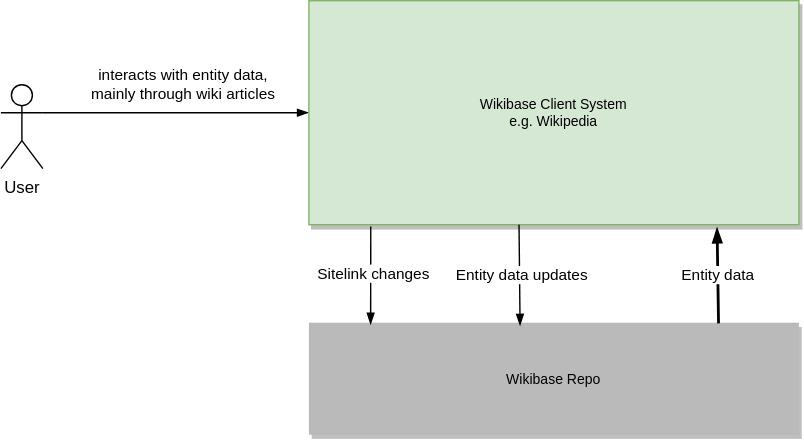
This is systems/WikibaseClient/diagrams/03-business-context.drawio.svg from wmde/wikidata-wikibase-architecture, a draw.io export, as it was before one commit. Source tidied: cells renumbered, new cells last; positions are measured from the earlier drawing's top-left corner, leaving out a move shared by most shapes.
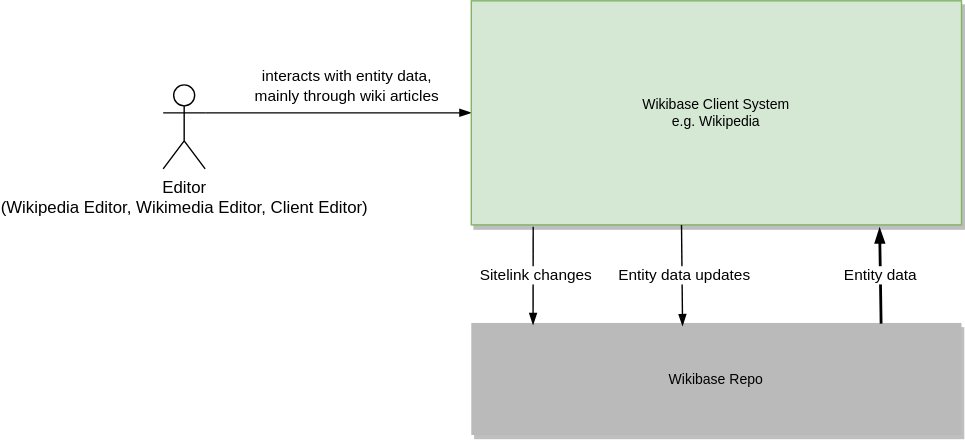
The same file after the commit.

Diff of the diagram source:
```diff
@@ -5,7 +5,7 @@
     <mxCell id="2" value="Wikibase Repo" style="rounded=0;shadow=1;fontSize=10;fontColor=#000000;strokeColor=none;direction=west;fillColor=#BABABA;" parent="1" vertex="1">
       <mxGeometry x="220" y="230" width="350" height="80" as="geometry" />
     </mxCell>
-    <mxCell id="3" value="User" style="shape=umlActor;verticalLabelPosition=bottom;verticalAlign=top;html=1;outlineConnect=0;" parent="1" vertex="1">
+    <mxCell id="3" value="Editor&lt;br&gt;(Wikipedia Editor, Wikimedia Editor, Client Editor)" style="shape=umlActor;verticalLabelPosition=bottom;verticalAlign=top;html=1;outlineConnect=0;" parent="1" vertex="1">
       <mxGeometry y="60" width="30" height="60" as="geometry" />
     </mxCell>
     <mxCell id="4" style="endArrow=blockThin;strokeColor=#000000;fontSize=10;fontColor=#000000;strokeWidth=1;endFill=1;entryX=1;entryY=0.5;entryDx=0;entryDy=0;exitX=1;exitY=0.3333333333333333;exitDx=0;exitDy=0;exitPerimeter=0;" parent="1" edge="1" source="3" target="6">
```
